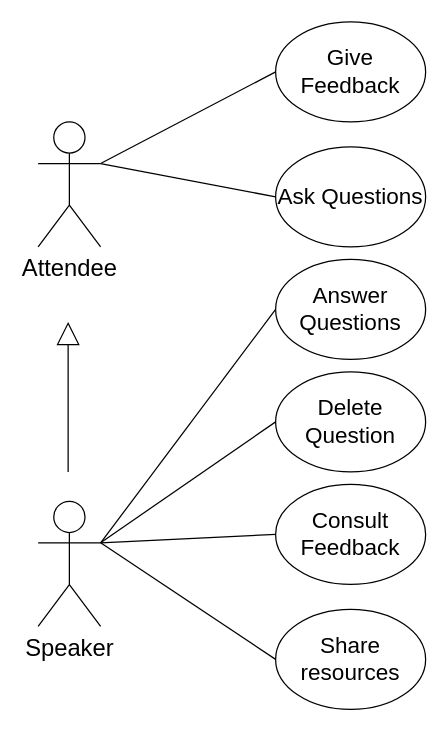
The draw.io diagram Use Case Diagram.drawio in softeng-feup/open-cx-aacm, before the edit. Source tidied: cells renumbered, new cells numbered last; positions are measured from the earlier drawing's top-left corner, leaving out a move shared by most shapes. Both pictures are drawn from the tidied source at 125%, with x=0, y=0 at pixel (38, 21).
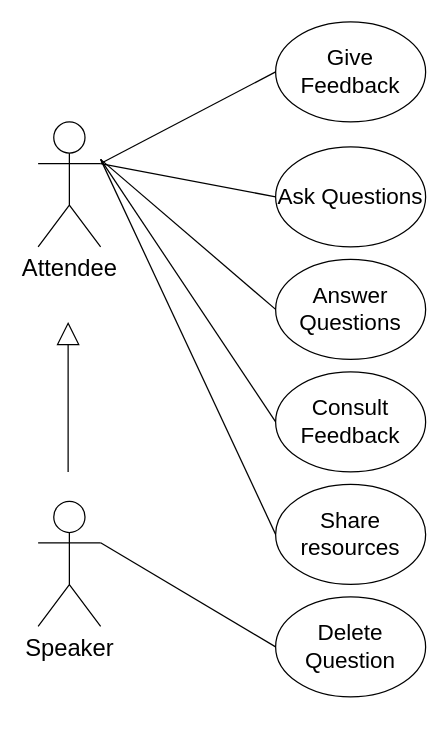
The same diagram, later.

The change refers to these unchanged cells:
```xml
<mxCell id="12" value="Speaker" style="shape=umlActor;verticalLabelPosition=bottom;labelBackgroundColor=#ffffff;verticalAlign=top;html=1;outlineConnect=0;fontSize=19;" parent="1" vertex="1">
  <mxGeometry y="383.5" width="50" height="100" as="geometry" />
</mxCell>
<mxCell id="15" value="&lt;div&gt;Answer&lt;/div&gt;&lt;div&gt;Questions&lt;br&gt;&lt;/div&gt;" style="ellipse;whiteSpace=wrap;html=1;fontSize=18;" parent="1" vertex="1">
  <mxGeometry x="190" y="190" width="120" height="80" as="geometry" />
</mxCell>
```

Change to the diagram source:
```diff
@@
     <mxCell id="7" value="&lt;div&gt;Delete&lt;/div&gt;&lt;div&gt;Question&lt;br&gt;&lt;/div&gt;" style="ellipse;whiteSpace=wrap;html=1;fontSize=18;" parent="1" vertex="1">
-      <mxGeometry x="190" y="280" width="120" height="80" as="geometry" />
+      <mxGeometry x="190" y="460" width="120" height="80" as="geometry" />
     </mxCell>
     <mxCell id="8" value="Share resources" style="ellipse;whiteSpace=wrap;html=1;fontSize=18;" parent="1" vertex="1">
-      <mxGeometry x="190" y="470" width="120" height="80" as="geometry" />
+      <mxGeometry x="190" y="370" width="120" height="80" as="geometry" />
     </mxCell>
@@
-    <mxCell id="10" style="endArrow=none;html=1;fontSize=20;entryX=0;entryY=0.5;entryDx=0;entryDy=0;exitX=1;exitY=0.3333333333333333;exitDx=0;exitDy=0;exitPerimeter=0;" parent="1" edge="1" target="8">
+    <mxCell id="10" style="endArrow=none;html=1;fontSize=20;entryX=0;entryY=0.5;entryDx=0;entryDy=0;" parent="1" edge="1" target="8">
       <mxGeometry relative="1" as="geometry">
-        <mxPoint x="50" y="416.7" as="sourcePoint" />
+        <mxPoint x="50" y="110" as="sourcePoint" />
       </mxGeometry>
     </mxCell>
@@
     <mxCell id="13" value="Consult Feedback" style="ellipse;whiteSpace=wrap;html=1;fontSize=18;" parent="1" vertex="1">
-      <mxGeometry x="190" y="370" width="120" height="80" as="geometry" />
+      <mxGeometry x="190" y="280" width="120" height="80" as="geometry" />
     </mxCell>
-    <mxCell id="14" style="endArrow=none;html=1;fontSize=18;exitX=1;exitY=0.3333333333333333;exitDx=0;exitDy=0;exitPerimeter=0;entryX=0;entryY=0.5;entryDx=0;entryDy=0;" parent="1" edge="1" source="12" target="13">
-      <mxGeometry relative="1" as="geometry" />
+    <mxCell id="14" style="endArrow=none;html=1;fontSize=18;entryX=0;entryY=0.5;entryDx=0;entryDy=0;" parent="1" edge="1" target="13">
+      <mxGeometry relative="1" as="geometry">
+        <mxPoint x="50" y="110" as="sourcePoint" />
+      </mxGeometry>
     </mxCell>
@@
-    <mxCell id="16" style="endArrow=none;html=1;fontSize=20;entryX=0;entryY=0.5;entryDx=0;entryDy=0;exitX=1;exitY=0.3333333333333333;exitDx=0;exitDy=0;exitPerimeter=0;" parent="1" edge="1" source="12" target="15">
-      <mxGeometry relative="1" as="geometry" />
+    <mxCell id="16" style="endArrow=none;html=1;fontSize=20;entryX=0;entryY=0.5;entryDx=0;entryDy=0;" parent="1" edge="1" target="15">
+      <mxGeometry relative="1" as="geometry">
+        <mxPoint x="50" y="110" as="sourcePoint" />
+      </mxGeometry>
     </mxCell>
```
